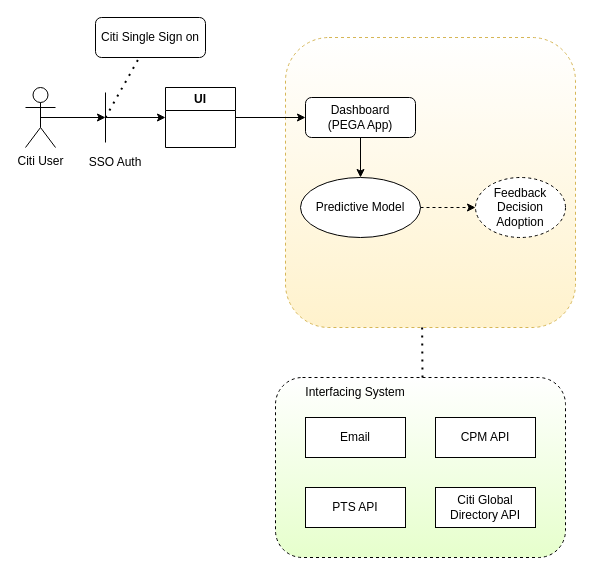
This is public/Untitled Diagram.drawio from boddu-mounika/form-data, a draw.io file, before an edit. Source tidied: cells renumbered, new cells numbered last; positions are measured from the earlier drawing's top-left corner, leaving out a move shared by most shapes. Both pictures are drawn from the tidied source at 100%, with x=0, y=0 at pixel (25, 17).
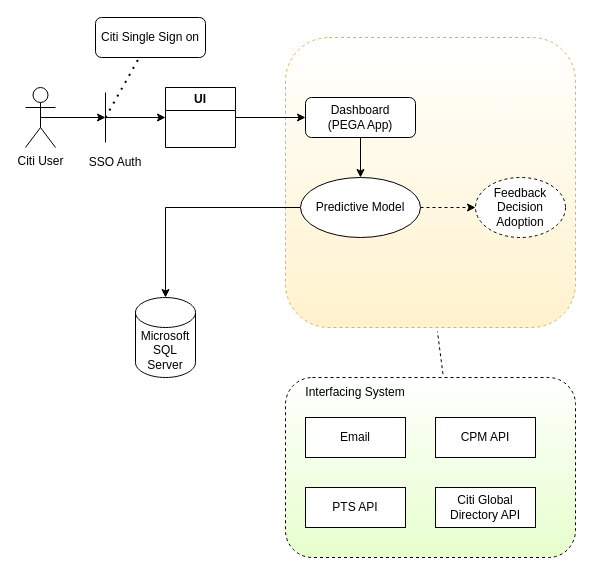
The same page after the edit.

Unchanged cells that the change refers to:
```xml
<mxCell id="11" style="whiteSpace=wrap;html=1;rounded=1;dashed=1;fillColor=#fff2cc;strokeColor=#d6b656;gradientColor=#ffffff;gradientDirection=north;" parent="1" vertex="1">
  <mxGeometry x="260" y="20" width="290" height="290" as="geometry" />
</mxCell>
<mxCell id="17" value="Predictive Model" style="ellipse;whiteSpace=wrap;html=1;" parent="1" vertex="1">
  <mxGeometry x="275" y="160" width="120" height="60" as="geometry" />
</mxCell>
```

The edit, as a diff of the source:
```diff
@@
+    <mxCell id="25" style="edgeStyle=orthogonalEdgeStyle;rounded=0;jettySize=auto;html=1;" parent="1" edge="1" source="17" target="27">
+      <mxGeometry relative="1" as="geometry" />
+    </mxCell>
@@
     <mxCell id="18" style="rounded=1;whiteSpace=wrap;html=1;dashed=1;gradientColor=#E6FFCC;" parent="1" vertex="1">
-      <mxGeometry x="250" y="360" width="290" height="180" as="geometry" />
+      <mxGeometry x="260" y="360" width="290" height="180" as="geometry" />
     </mxCell>
@@
-    <mxCell id="24" style="endArrow=none;dashed=1;html=1;dashPattern=1 3;strokeWidth=2;rounded=0;entryX=0.471;entryY=0.986;entryDx=0;entryDy=0;entryPerimeter=0;" parent="1" edge="1" target="11">
-      <mxGeometry relative="1" as="geometry">
-        <mxPoint x="397" y="360" as="sourcePoint" />
-      </mxGeometry>
-    </mxCell>
+    <mxCell id="26" style="endArrow=none;dashed=1;html=1;rounded=0;exitX=0.543;exitY=-0.019;exitDx=0;exitDy=0;exitPerimeter=0;entryX=0.524;entryY=1.014;entryDx=0;entryDy=0;entryPerimeter=0;" parent="1" edge="1" source="18" target="11">
+      <mxGeometry relative="1" as="geometry" />
+    </mxCell>
+    <mxCell id="27" value="Microsoft SQL Server" style="shape=cylinder3;whiteSpace=wrap;html=1;boundedLbl=1;backgroundOutline=1;size=15;" parent="1" vertex="1">
+      <mxGeometry x="110" y="280" width="60" height="80" as="geometry" />
+    </mxCell>
```
